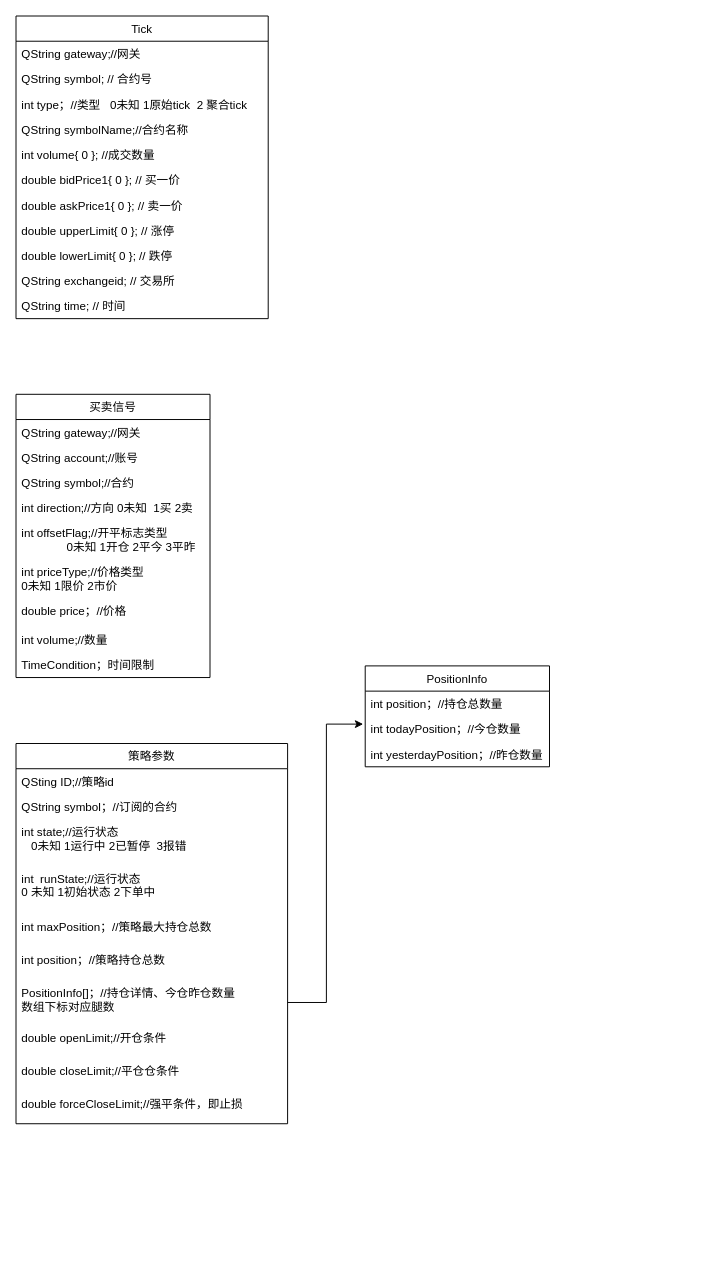
githubLogger/ProjectDocument keeps this draw.io diagram as 数据结构设计.drawio. Above is the earlier version. Source tidied: cells renumbered, new cells numbered last; positions are measured from the earlier drawing's top-left corner, leaving out a move shared by most shapes. Both pictures are drawn from the tidied source at 97%, with x=0, y=0 at pixel (16, 16).
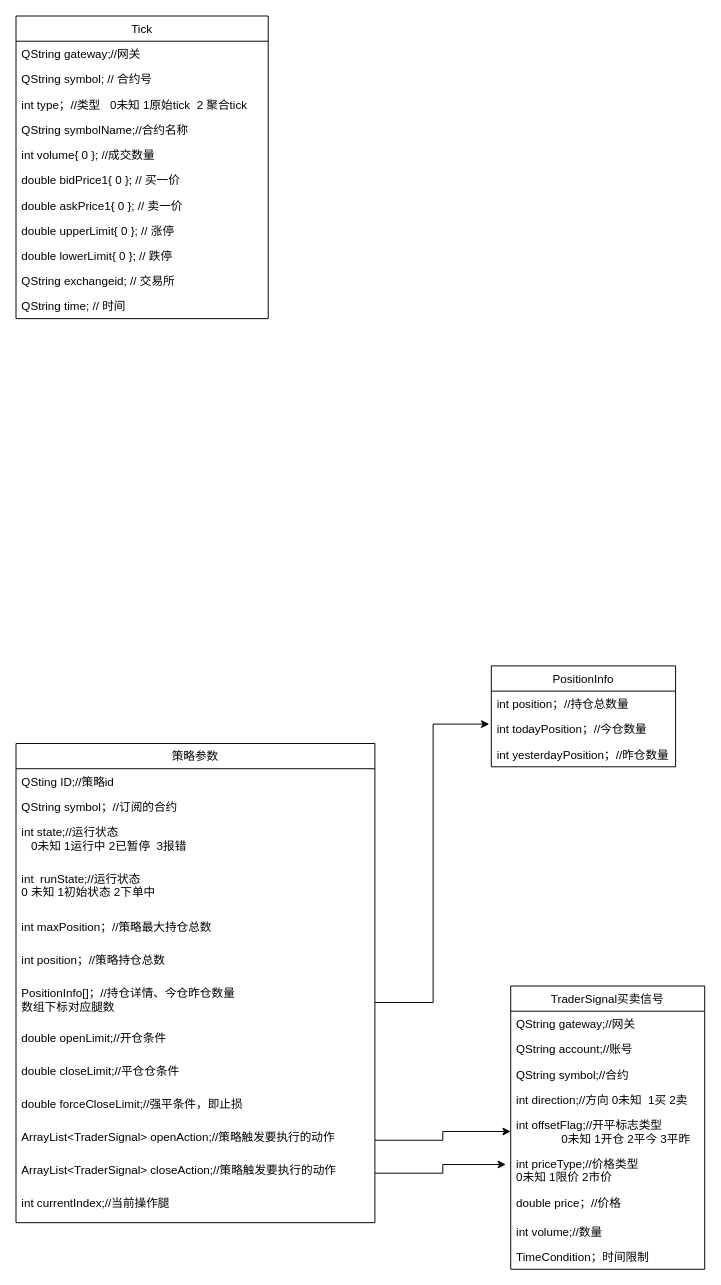
Above is the later version.

Commit message:
Update 数据结构设计.drawio

The change refers to these unchanged cells:
```xml
<mxCell id="19" value="int offsetFlag;//开平标志类型 &#10;              0未知 1开仓 2平今 3平昨" style="text;strokeColor=none;fillColor=none;align=left;verticalAlign=top;spacingLeft=4;spacingRight=4;overflow=hidden;points=[[0,0.5],[1,0.5]];portConstraint=eastwest;" parent="14" vertex="1">
  <mxGeometry y="130" width="200" height="40" as="geometry" />
</mxCell>
<mxCell id="20" value="int priceType;//价格类型 &#10;0未知 1限价 2市价" style="text;strokeColor=none;fillColor=none;align=left;verticalAlign=top;spacingLeft=4;spacingRight=4;overflow=hidden;points=[[0,0.5],[1,0.5]];portConstraint=eastwest;" parent="14" vertex="1">
  <mxGeometry y="170" width="200" height="40" as="geometry" />
</mxCell>
```

Change to the diagram source:
```diff
@@
-    <mxCell id="14" value="买卖信号" style="swimlane;fontStyle=0;horizontal=1;startSize=26;fillColor=none;" parent="1" vertex="1">
-      <mxGeometry y="390" width="200" height="292" as="geometry" />
+    <mxCell id="14" value="TraderSignal买卖信号" style="swimlane;fontStyle=0;horizontal=1;startSize=26;fillColor=none;" parent="1" vertex="1">
+      <mxGeometry x="510" y="1000" width="200" height="292" as="geometry" />
     </mxCell>
@@
     <mxCell id="24" value="策略参数" style="swimlane;fontStyle=0;horizontal=1;startSize=26;fillColor=none;" parent="1" vertex="1">
-      <mxGeometry y="750" width="280" height="392" as="geometry" />
+      <mxGeometry y="750" width="370" height="494" as="geometry" />
     </mxCell>
     <mxCell id="25" value="QSting ID;//策略id" style="text;strokeColor=none;fillColor=none;align=left;verticalAlign=top;spacingLeft=4;spacingRight=4;overflow=hidden;" parent="24" vertex="1">
-      <mxGeometry y="26" width="280" height="26" as="geometry" />
+      <mxGeometry y="26" width="370" height="26" as="geometry" />
     </mxCell>
     <mxCell id="26" value="QString symbol；//订阅的合约" style="text;strokeColor=none;fillColor=none;align=left;verticalAlign=top;spacingLeft=4;spacingRight=4;overflow=hidden;" parent="24" vertex="1">
-      <mxGeometry y="52" width="280" height="26" as="geometry" />
+      <mxGeometry y="52" width="370" height="26" as="geometry" />
     </mxCell>
     <mxCell id="27" value="int state;//运行状态&#10;   0未知 1运行中 2已暂停  3报错" style="text;strokeColor=none;fillColor=none;align=left;verticalAlign=top;spacingLeft=4;spacingRight=4;overflow=hidden;" parent="24" vertex="1">
-      <mxGeometry y="78" width="280" height="48" as="geometry" />
+      <mxGeometry y="78" width="370" height="48" as="geometry" />
     </mxCell>
     <mxCell id="28" value="int  runState;//运行状态&#10;0 未知 1初始状态 2下单中" style="text;strokeColor=none;fillColor=none;align=left;verticalAlign=top;spacingLeft=4;spacingRight=4;overflow=hidden;" parent="24" vertex="1">
-      <mxGeometry y="126" width="280" height="50" as="geometry" />
+      <mxGeometry y="126" width="370" height="50" as="geometry" />
     </mxCell>
     <mxCell id="29" value="int maxPosition；//策略最大持仓总数" style="text;strokeColor=none;fillColor=none;align=left;verticalAlign=top;spacingLeft=4;spacingRight=4;overflow=hidden;" parent="24" vertex="1">
-      <mxGeometry y="176" width="280" height="34" as="geometry" />
+      <mxGeometry y="176" width="370" height="34" as="geometry" />
     </mxCell>
     <mxCell id="30" value="int position；//策略持仓总数" style="text;strokeColor=none;fillColor=none;align=left;verticalAlign=top;spacingLeft=4;spacingRight=4;overflow=hidden;" parent="24" vertex="1">
-      <mxGeometry y="210" width="280" height="34" as="geometry" />
+      <mxGeometry y="210" width="370" height="34" as="geometry" />
     </mxCell>
     <mxCell id="31" value="PositionInfo[]；//持仓详情、今仓昨仓数量&#10;数组下标对应腿数" style="text;strokeColor=none;fillColor=none;align=left;verticalAlign=top;spacingLeft=4;spacingRight=4;overflow=hidden;points=[[0,0.5],[1,0.5]];portConstraint=eastwest;" parent="24" vertex="1">
-      <mxGeometry y="244" width="280" height="46" as="geometry" />
+      <mxGeometry y="244" width="370" height="46" as="geometry" />
     </mxCell>
     <mxCell id="32" value="double openLimit;//开仓条件" style="text;strokeColor=none;fillColor=none;align=left;verticalAlign=top;spacingLeft=4;spacingRight=4;overflow=hidden;" parent="24" vertex="1">
-      <mxGeometry y="290" width="280" height="34" as="geometry" />
+      <mxGeometry y="290" width="370" height="34" as="geometry" />
     </mxCell>
     <mxCell id="33" value="double closeLimit;//平仓仓条件" style="text;strokeColor=none;fillColor=none;align=left;verticalAlign=top;spacingLeft=4;spacingRight=4;overflow=hidden;" parent="24" vertex="1">
-      <mxGeometry y="324" width="280" height="34" as="geometry" />
+      <mxGeometry y="324" width="370" height="34" as="geometry" />
     </mxCell>
     <mxCell id="34" value="double forceCloseLimit;//强平条件，即止损" style="text;strokeColor=none;fillColor=none;align=left;verticalAlign=top;spacingLeft=4;spacingRight=4;overflow=hidden;" parent="24" vertex="1">
-      <mxGeometry y="358" width="280" height="34" as="geometry" />
+      <mxGeometry y="358" width="370" height="34" as="geometry" />
     </mxCell>
+    <mxCell id="40" value="ArrayList&lt;TraderSignal&gt; openAction;//策略触发要执行的动作" style="text;strokeColor=none;fillColor=none;align=left;verticalAlign=top;spacingLeft=4;spacingRight=4;overflow=hidden;points=[[0,0.5],[1,0.5]];portConstraint=eastwest;" parent="24" vertex="1">
+      <mxGeometry y="392" width="370" height="34" as="geometry" />
+    </mxCell>
+    <mxCell id="41" value="ArrayList&lt;TraderSignal&gt; closeAction;//策略触发要执行的动作" style="text;strokeColor=none;fillColor=none;align=left;verticalAlign=top;spacingLeft=4;spacingRight=4;overflow=hidden;points=[[0,0.5],[1,0.5]];portConstraint=eastwest;" parent="24" vertex="1">
+      <mxGeometry y="426" width="370" height="34" as="geometry" />
+    </mxCell>
+    <mxCell id="42" value="int currentIndex;//当前操作腿" style="text;strokeColor=none;fillColor=none;align=left;verticalAlign=top;spacingLeft=4;spacingRight=4;overflow=hidden;" parent="24" vertex="1">
+      <mxGeometry y="460" width="370" height="34" as="geometry" />
+    </mxCell>
     <mxCell id="35" value="PositionInfo" style="swimlane;fontStyle=0;horizontal=1;startSize=26;fillColor=none;" parent="1" vertex="1">
-      <mxGeometry x="360" y="670" width="190" height="104" as="geometry" />
+      <mxGeometry x="490" y="670" width="190" height="104" as="geometry" />
     </mxCell>
@@
+    <mxCell id="43" style="edgeStyle=orthogonalEdgeStyle;rounded=0;jettySize=auto;html=1;" parent="1" edge="1" source="40" target="19">
+      <mxGeometry relative="1" as="geometry" />
+    </mxCell>
+    <mxCell id="44" style="edgeStyle=orthogonalEdgeStyle;rounded=0;jettySize=auto;html=1;entryX=-0.025;entryY=0.35;entryDx=0;entryDy=0;entryPerimeter=0;" parent="1" edge="1" source="41" target="20">
+      <mxGeometry relative="1" as="geometry" />
+    </mxCell>
```
